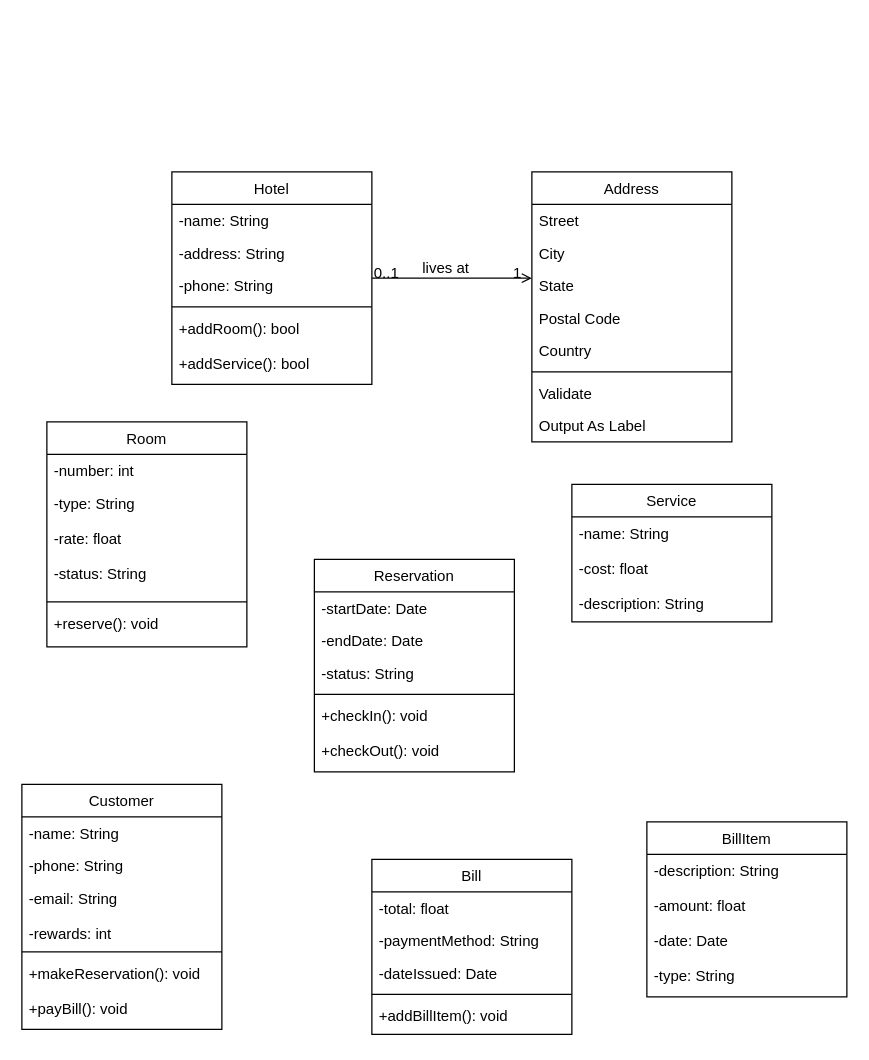
Earlier version of the draw.io diagram Assignment1.drawio (lushihui51/309_MiniGames). Source tidied: cells renumbered, new cells numbered last; positions are measured from the earlier drawing's top-left corner, leaving out a move shared by most shapes. Both pictures are drawn from the tidied source at 125%, with x=0, y=0 at pixel (21, 171).
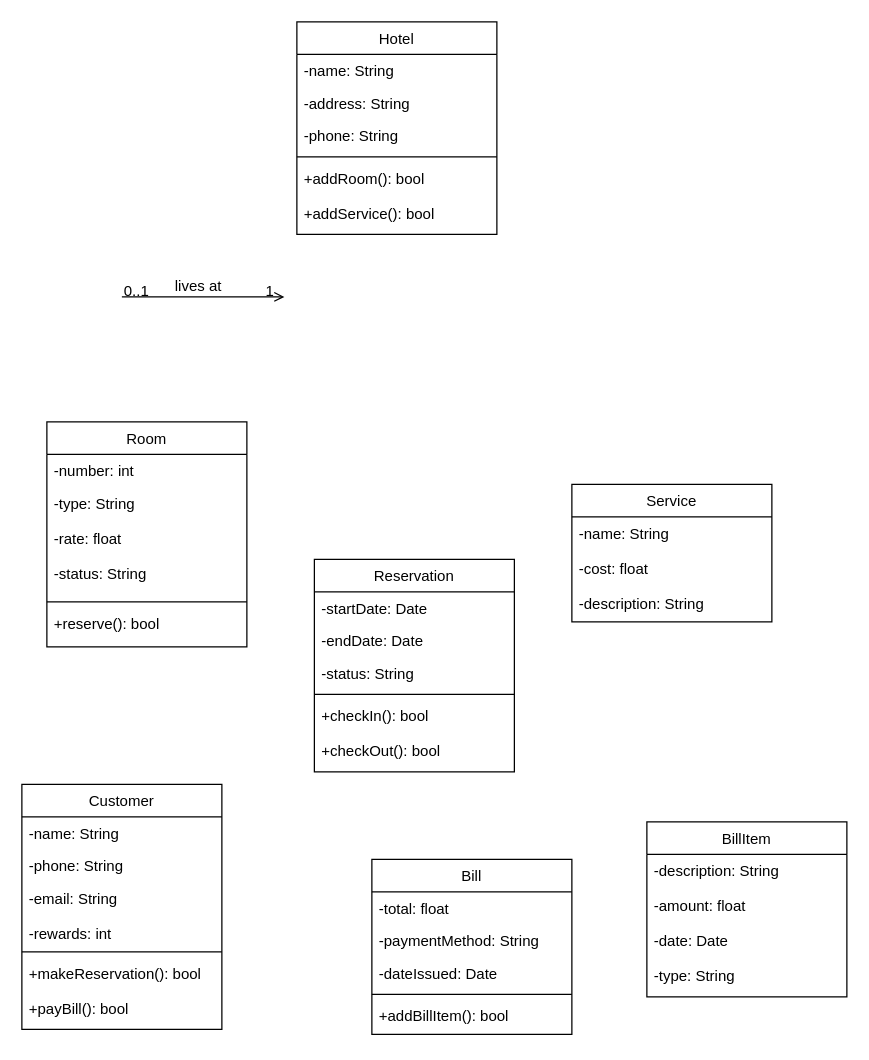
Above is the later version.

The change refers to these unchanged cells:
```xml
<mxCell id="8" value="Room" style="swimlane;fontStyle=0;align=center;verticalAlign=top;horizontal=1;startSize=26;rounded=0;shadow=0;strokeWidth=1;" parent="1" vertex="1">
  <mxGeometry x="20" y="200" width="160" height="180" as="geometry" />
</mxCell>
<mxCell id="28" value="Reservation" style="swimlane;fontStyle=0;align=center;verticalAlign=top;horizontal=1;startSize=26;rounded=0;shadow=0;strokeWidth=1;" parent="1" vertex="1">
  <mxGeometry x="234" y="310" width="160" height="170" as="geometry" />
</mxCell>
<mxCell id="34" value="Customer" style="swimlane;fontStyle=0;align=center;verticalAlign=top;horizontal=1;startSize=26;rounded=0;shadow=0;strokeWidth=1;" parent="1" vertex="1">
  <mxGeometry y="490" width="160" height="196" as="geometry" />
</mxCell>
<mxCell id="40" value="Bill" style="swimlane;fontStyle=0;align=center;verticalAlign=top;horizontal=1;startSize=26;rounded=0;shadow=0;strokeWidth=1;" parent="1" vertex="1">
  <mxGeometry x="280" y="550" width="160" height="140" as="geometry" />
</mxCell>
```

The edit, as a diff of the source:
```diff
@@
     <mxCell id="2" value="Hotel" style="swimlane;fontStyle=0;align=center;verticalAlign=top;horizontal=1;startSize=26;rounded=0;shadow=0;strokeWidth=1;" parent="1" vertex="1">
-      <mxGeometry x="120" width="160" height="170" as="geometry" />
+      <mxGeometry x="220" y="-120" width="160" height="170" as="geometry" />
     </mxCell>
@@
-    <mxCell id="12" value="+reserve(): void" style="text;align=left;verticalAlign=top;spacingLeft=4;spacingRight=4;overflow=hidden;" parent="8" vertex="1">
+    <mxCell id="12" value="+reserve(): bool" style="text;align=left;verticalAlign=top;spacingLeft=4;spacingRight=4;overflow=hidden;" parent="8" vertex="1">
       <mxGeometry y="148" width="160" height="26" as="geometry" />
     </mxCell>
-    <mxCell id="13" value="Address" style="swimlane;fontStyle=0;align=center;verticalAlign=top;horizontal=1;startSize=26;rounded=0;shadow=0;strokeWidth=1;" parent="1" vertex="1">
-      <mxGeometry x="408" width="160" height="216" as="geometry" />
-    </mxCell>
-    <mxCell id="14" value="Street" style="text;align=left;verticalAlign=top;spacingLeft=4;spacingRight=4;overflow=hidden;" parent="13" vertex="1">
-      <mxGeometry y="26" width="160" height="26" as="geometry" />
-    </mxCell>
-    <mxCell id="15" value="City" style="text;align=left;verticalAlign=top;spacingLeft=4;spacingRight=4;overflow=hidden;rounded=0;shadow=0;html=0;" parent="13" vertex="1">
-      <mxGeometry y="52" width="160" height="26" as="geometry" />
-    </mxCell>
-    <mxCell id="16" value="State" style="text;align=left;verticalAlign=top;spacingLeft=4;spacingRight=4;overflow=hidden;rounded=0;shadow=0;html=0;" parent="13" vertex="1">
-      <mxGeometry y="78" width="160" height="26" as="geometry" />
-    </mxCell>
-    <mxCell id="17" value="Postal Code" style="text;align=left;verticalAlign=top;spacingLeft=4;spacingRight=4;overflow=hidden;rounded=0;shadow=0;html=0;" parent="13" vertex="1">
-      <mxGeometry y="104" width="160" height="26" as="geometry" />
-    </mxCell>
-    <mxCell id="18" value="Country" style="text;align=left;verticalAlign=top;spacingLeft=4;spacingRight=4;overflow=hidden;rounded=0;shadow=0;html=0;" parent="13" vertex="1">
-      <mxGeometry y="130" width="160" height="26" as="geometry" />
-    </mxCell>
-    <mxCell id="19" style="line;html=1;strokeWidth=1;align=left;verticalAlign=middle;spacingTop=-1;spacingLeft=3;spacingRight=3;labelPosition=right;" parent="13" vertex="1">
-      <mxGeometry y="156" width="160" height="8" as="geometry" />
-    </mxCell>
-    <mxCell id="20" value="Validate" style="text;align=left;verticalAlign=top;spacingLeft=4;spacingRight=4;overflow=hidden;" parent="13" vertex="1">
-      <mxGeometry y="164" width="160" height="26" as="geometry" />
-    </mxCell>
-    <mxCell id="21" value="Output As Label" style="text;align=left;verticalAlign=top;spacingLeft=4;spacingRight=4;overflow=hidden;" parent="13" vertex="1">
-      <mxGeometry y="190" width="160" height="26" as="geometry" />
-    </mxCell>
-    <mxCell id="22" style="endArrow=open;shadow=0;strokeWidth=1;rounded=0;curved=0;endFill=1;edgeStyle=elbowEdgeStyle;elbow=vertical;" parent="1" edge="1" source="2" target="13">
+    <mxCell id="22" style="endArrow=open;shadow=0;strokeWidth=1;rounded=0;curved=0;endFill=1;edgeStyle=elbowEdgeStyle;elbow=vertical;" parent="1" edge="1">
       <mxGeometry x="0.5" y="41" relative="1" as="geometry">
+        <mxPoint x="80" y="100" as="sourcePoint" />
+        <mxPoint x="210" y="100" as="targetPoint" />
         <mxPoint x="-40" y="32" as="offset" />
       </mxGeometry>
     </mxCell>
@@
-    <mxCell id="33" value="+checkIn(): void&#10;&#10;+checkOut(): void" style="text;align=left;verticalAlign=top;spacingLeft=4;spacingRight=4;overflow=hidden;" parent="28" vertex="1">
+    <mxCell id="33" value="+checkIn(): bool&#10;&#10;+checkOut(): bool" style="text;align=left;verticalAlign=top;spacingLeft=4;spacingRight=4;overflow=hidden;" parent="28" vertex="1">
       <mxGeometry y="112" width="160" height="58" as="geometry" />
     </mxCell>
@@
-    <mxCell id="39" value="+makeReservation(): void&#10;&#10;+payBill(): void" style="text;align=left;verticalAlign=top;spacingLeft=4;spacingRight=4;overflow=hidden;" parent="34" vertex="1">
+    <mxCell id="39" value="+makeReservation(): bool&#10;&#10;+payBill(): bool" style="text;align=left;verticalAlign=top;spacingLeft=4;spacingRight=4;overflow=hidden;" parent="34" vertex="1">
       <mxGeometry y="138" width="160" height="58" as="geometry" />
     </mxCell>
@@
-    <mxCell id="45" value="+addBillItem(): void" style="text;align=left;verticalAlign=top;spacingLeft=4;spacingRight=4;overflow=hidden;" parent="40" vertex="1">
+    <mxCell id="45" value="+addBillItem(): bool" style="text;align=left;verticalAlign=top;spacingLeft=4;spacingRight=4;overflow=hidden;" parent="40" vertex="1">
       <mxGeometry y="112" width="160" height="28" as="geometry" />
     </mxCell>
```
